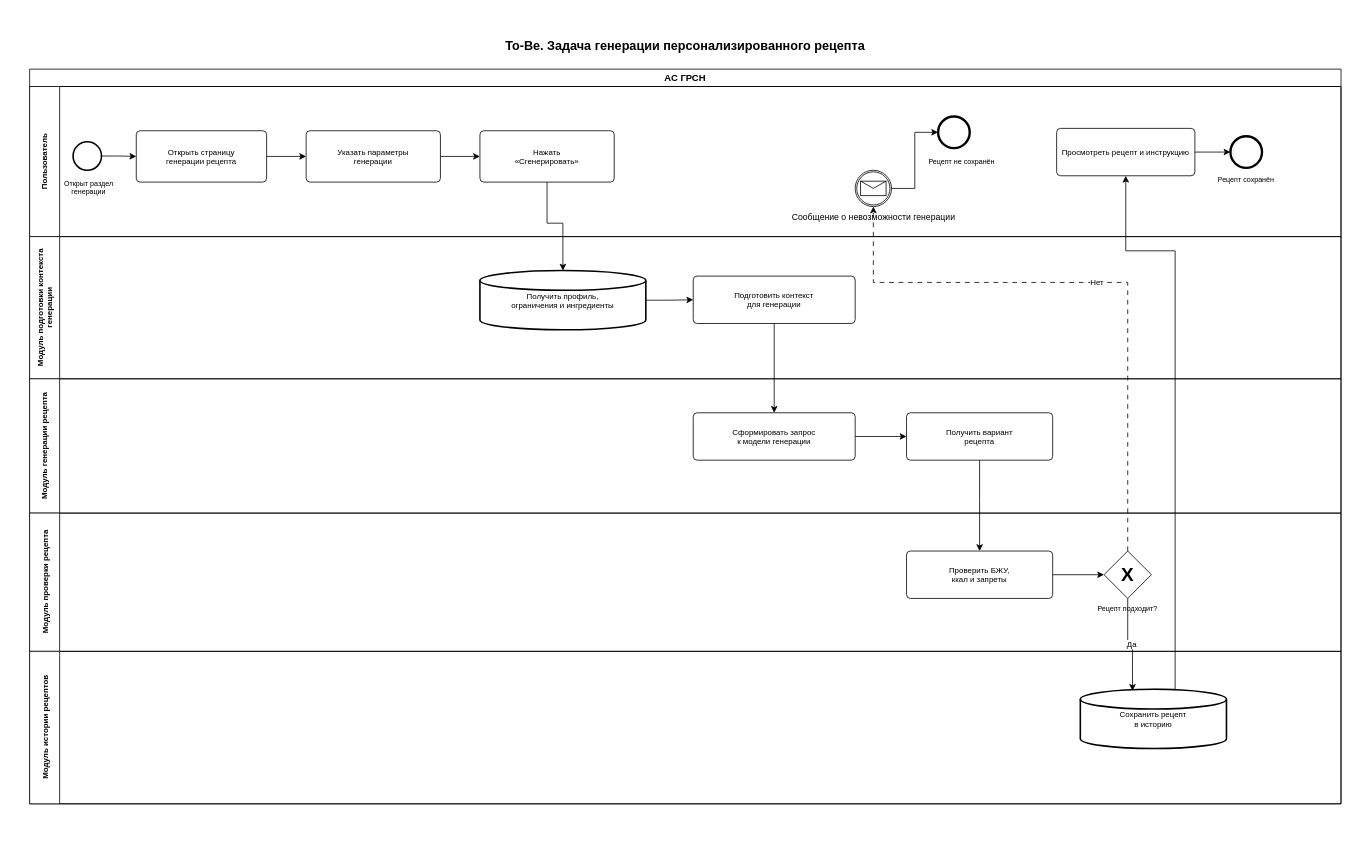
Before: Optimization-Methods/laba_2/diagrams/To-Be/To-Be_Генерация_персонализированного_рецепта_BPMN.drawio in Skipl1/ASOIU, a draw.io diagram. Source tidied: cells renumbered, new cells numbered last; positions are measured from the earlier drawing's top-left corner, leaving out a move shared by most shapes. Both pictures are drawn from the tidied source at 79%, with x=0, y=0 at pixel (13, 13).
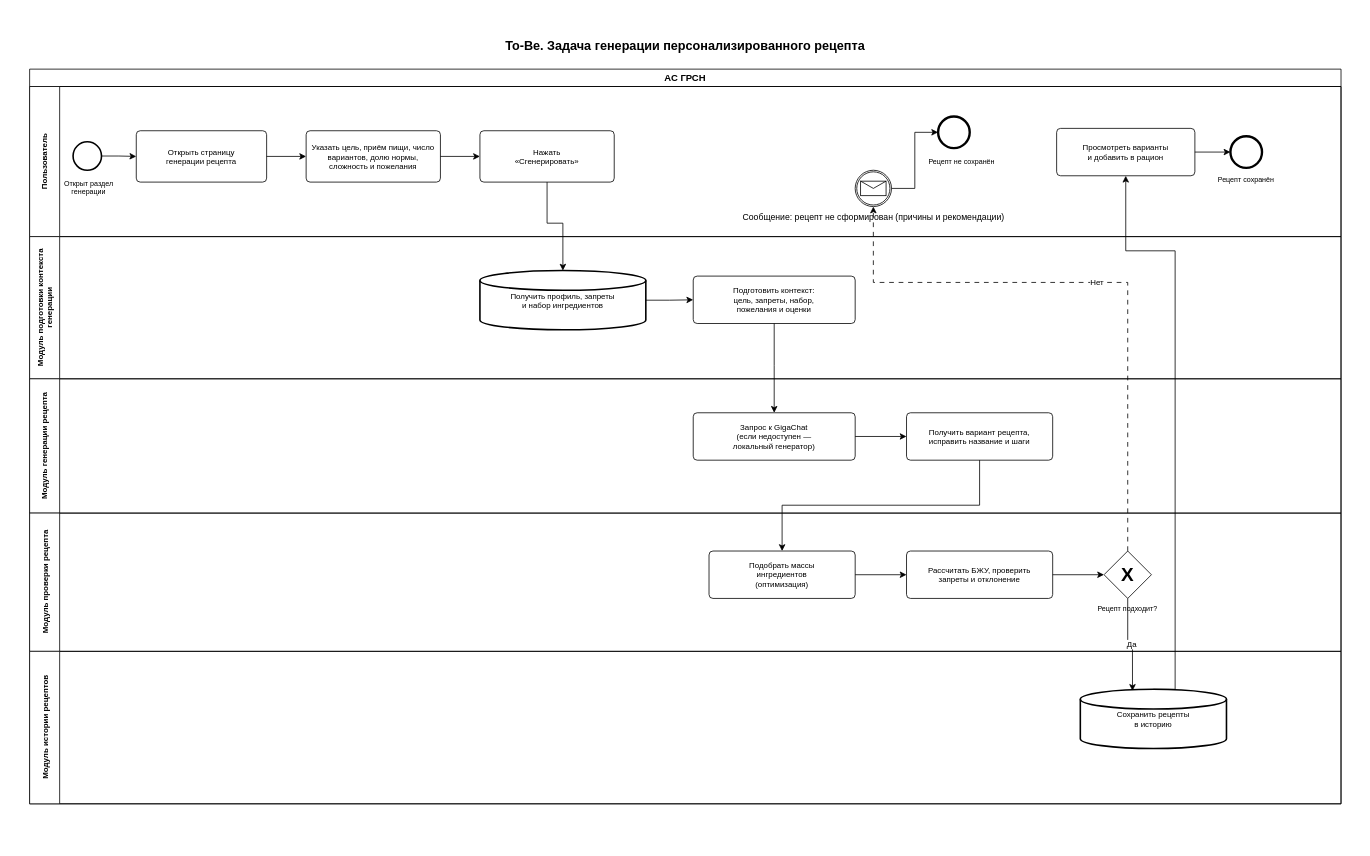
The same page after the edit.

Change to the diagram source:
```diff
@@
-    <mxCell id="13" value="Указать параметры&lt;br&gt;генерации" style="rounded=1;whiteSpace=wrap;html=1;arcSize=10;absoluteArcSize=1;fillColor=#ffffff;strokeColor=#000000;fontSize=10;" parent="1" vertex="1">
+    <mxCell id="13" value="Указать цель, приём пищи, число&lt;br&gt;вариантов, долю нормы,&lt;br&gt;сложность и пожелания" style="rounded=1;whiteSpace=wrap;html=1;arcSize=10;absoluteArcSize=1;fillColor=#ffffff;strokeColor=#000000;fontSize=10;" parent="1" vertex="1">
       <mxGeometry x="370" y="148" width="170" height="65" as="geometry" />
     </mxCell>
@@
-    <mxCell id="15" value="Сообщение о невозможности генерации" style="points=[[0.145,0.145,0],[0.5,0,0],[0.855,0.145,0],[1,0.5,0],[0.855,0.855,0],[0.5,1,0],[0.145,0.855,0],[0,0.5,0]];shape=mxgraph.bpmn.event;html=1;verticalLabelPosition=bottom;labelBackgroundColor=#ffffff;verticalAlign=top;align=center;perimeter=ellipsePerimeter;outlineConnect=0;outline=catching;symbol=message;fontSize=11;rounded=0;" parent="1" vertex="1">
+    <mxCell id="15" value="Сообщение: рецепт не сформирован (причины и рекомендации)" style="points=[[0.145,0.145,0],[0.5,0,0],[0.855,0.145,0],[1,0.5,0],[0.855,0.855,0],[0.5,1,0],[0.145,0.855,0],[0,0.5,0]];shape=mxgraph.bpmn.event;html=1;verticalLabelPosition=bottom;labelBackgroundColor=#ffffff;verticalAlign=top;align=center;perimeter=ellipsePerimeter;outlineConnect=0;outline=catching;symbol=message;fontSize=11;rounded=0;" parent="1" vertex="1">
       <mxGeometry x="1065" y="198" width="46" height="46" as="geometry" />
     </mxCell>
@@
-    <mxCell id="18" value="&lt;p&gt;Просмотреть рецепт и инструкцию&lt;/p&gt;" style="rounded=1;whiteSpace=wrap;html=1;arcSize=10;absoluteArcSize=1;fillColor=#ffffff;strokeColor=#000000;fontSize=10;" parent="1" vertex="1">
+    <mxCell id="18" value="Просмотреть варианты&lt;br&gt;и добавить в рацион" style="rounded=1;whiteSpace=wrap;html=1;arcSize=10;absoluteArcSize=1;fillColor=#ffffff;strokeColor=#000000;fontSize=10;" parent="1" vertex="1">
       <mxGeometry x="1320" y="145" width="175" height="60" as="geometry" />
     </mxCell>
@@
-    <mxCell id="21" value="Получить профиль,&lt;br&gt;ограничения и ингредиенты" style="strokeWidth=2;html=1;shape=mxgraph.flowchart.database;whiteSpace=wrap;fillColor=#ffffff;strokeColor=#000000;fontSize=10;" parent="1" vertex="1">
+    <mxCell id="21" value="Получить профиль, запреты&lt;br&gt;и набор ингредиентов" style="strokeWidth=2;html=1;shape=mxgraph.flowchart.database;whiteSpace=wrap;fillColor=#ffffff;strokeColor=#000000;fontSize=10;" parent="1" vertex="1">
       <mxGeometry x="590" y="325" width="210" height="75" as="geometry" />
     </mxCell>
-    <mxCell id="22" value="Подготовить контекст&lt;br&gt;для генерации" style="rounded=1;whiteSpace=wrap;html=1;arcSize=10;absoluteArcSize=1;fillColor=#ffffff;strokeColor=#000000;fontSize=10;" parent="1" vertex="1">
+    <mxCell id="22" value="Подготовить контекст:&lt;br&gt;цель, запреты, набор,&lt;br&gt;пожелания и оценки" style="rounded=1;whiteSpace=wrap;html=1;arcSize=10;absoluteArcSize=1;fillColor=#ffffff;strokeColor=#000000;fontSize=10;" parent="1" vertex="1">
       <mxGeometry x="860" y="332" width="205" height="60" as="geometry" />
     </mxCell>
-    <mxCell id="23" value="Сформировать запрос&lt;br&gt;к модели генерации" style="rounded=1;whiteSpace=wrap;html=1;arcSize=10;absoluteArcSize=1;fillColor=#ffffff;strokeColor=#000000;fontSize=10;" parent="1" vertex="1">
+    <mxCell id="23" value="Запрос к GigaChat&lt;br&gt;(если недоступен —&lt;br&gt;локальный генератор)" style="rounded=1;whiteSpace=wrap;html=1;arcSize=10;absoluteArcSize=1;fillColor=#ffffff;strokeColor=#000000;fontSize=10;" parent="1" vertex="1">
       <mxGeometry x="860" y="505" width="205" height="60" as="geometry" />
     </mxCell>
-    <mxCell id="24" value="Получить вариант&lt;br&gt;рецепта" style="rounded=1;whiteSpace=wrap;html=1;arcSize=10;absoluteArcSize=1;fillColor=#ffffff;strokeColor=#000000;fontSize=10;" parent="1" vertex="1">
+    <mxCell id="24" value="Получить вариант рецепта,&lt;br&gt;исправить название и шаги" style="rounded=1;whiteSpace=wrap;html=1;arcSize=10;absoluteArcSize=1;fillColor=#ffffff;strokeColor=#000000;fontSize=10;" parent="1" vertex="1">
       <mxGeometry x="1130" y="505" width="185" height="60" as="geometry" />
     </mxCell>
+    <mxCell id="43" value="Подобрать массы&lt;br&gt;ингредиентов&lt;br&gt;(оптимизация)" style="rounded=1;whiteSpace=wrap;html=1;arcSize=10;absoluteArcSize=1;fillColor=#ffffff;strokeColor=#000000;fontSize=10;" parent="1" vertex="1">
+      <mxGeometry x="880" y="680" width="185" height="60" as="geometry" />
+    </mxCell>
-    <mxCell id="25" value="Проверить БЖУ,&lt;br&gt;ккал и запреты" style="rounded=1;whiteSpace=wrap;html=1;arcSize=10;absoluteArcSize=1;fillColor=#ffffff;strokeColor=#000000;fontSize=10;" parent="1" vertex="1">
+    <mxCell id="25" value="Рассчитать БЖУ, проверить&lt;br&gt;запреты и отклонение" style="rounded=1;whiteSpace=wrap;html=1;arcSize=10;absoluteArcSize=1;fillColor=#ffffff;strokeColor=#000000;fontSize=10;" parent="1" vertex="1">
       <mxGeometry x="1130" y="680" width="185" height="60" as="geometry" />
     </mxCell>
@@
-    <mxCell id="28" value="Сохранить рецепт&lt;br&gt;в историю" style="strokeWidth=2;html=1;shape=mxgraph.flowchart.database;whiteSpace=wrap;fillColor=#ffffff;strokeColor=#000000;fontSize=10;" parent="1" vertex="1">
+    <mxCell id="28" value="Сохранить рецепты&lt;br&gt;в историю" style="strokeWidth=2;html=1;shape=mxgraph.flowchart.database;whiteSpace=wrap;fillColor=#ffffff;strokeColor=#000000;fontSize=10;" parent="1" vertex="1">
       <mxGeometry x="1350" y="855" width="185" height="75" as="geometry" />
     </mxCell>
@@
-    <mxCell id="36" style="endArrow=classic;html=1;rounded=0;edgeStyle=orthogonalEdgeStyle;exitX=0.5;exitY=1;entryX=0.5;entryY=0;" parent="1" edge="1" source="24" target="25">
+    <mxCell id="36" style="endArrow=classic;html=1;rounded=0;edgeStyle=orthogonalEdgeStyle;exitX=0.5;exitY=1;exitDx=0;exitDy=0;entryX=0.5;entryY=0;entryDx=0;entryDy=0;" parent="1" edge="1" source="24" target="43">
       <mxGeometry relative="1" as="geometry">
         <Array as="points">
-          <mxPoint x="1223" y="615" />
+          <mxPoint x="1222.5" y="622" />
+          <mxPoint x="972.5" y="622" />
         </Array>
       </mxGeometry>
     </mxCell>
+    <mxCell id="44" style="endArrow=classic;html=1;rounded=0;edgeStyle=orthogonalEdgeStyle;" parent="1" edge="1" source="43" target="25">
+      <mxGeometry relative="1" as="geometry" />
+    </mxCell>
```
